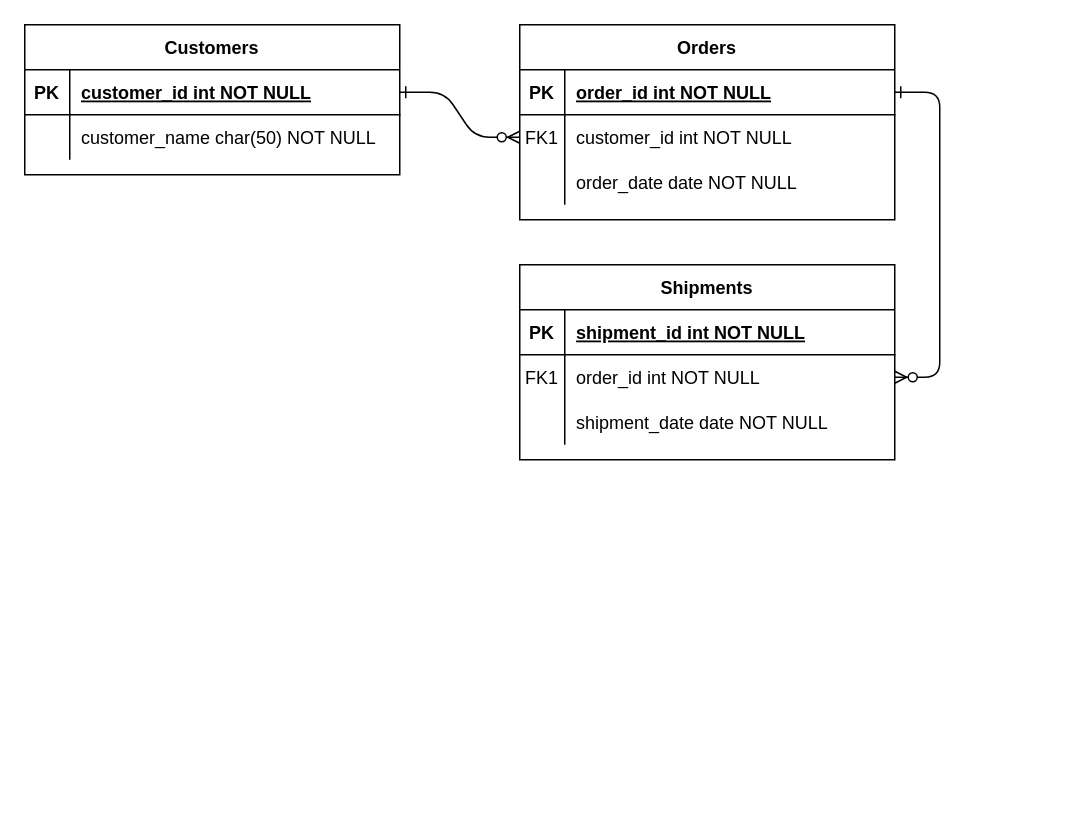
The draw.io diagram Untitled Diagram.drawio in EmilianoEscobedo/Fridge, before the edit. Source tidied: cells renumbered, new cells numbered last; positions are measured from the earlier drawing's top-left corner, leaving out a move shared by most shapes. Both pictures are drawn from the tidied source at 150%, with x=0, y=0 at pixel (24, 24).
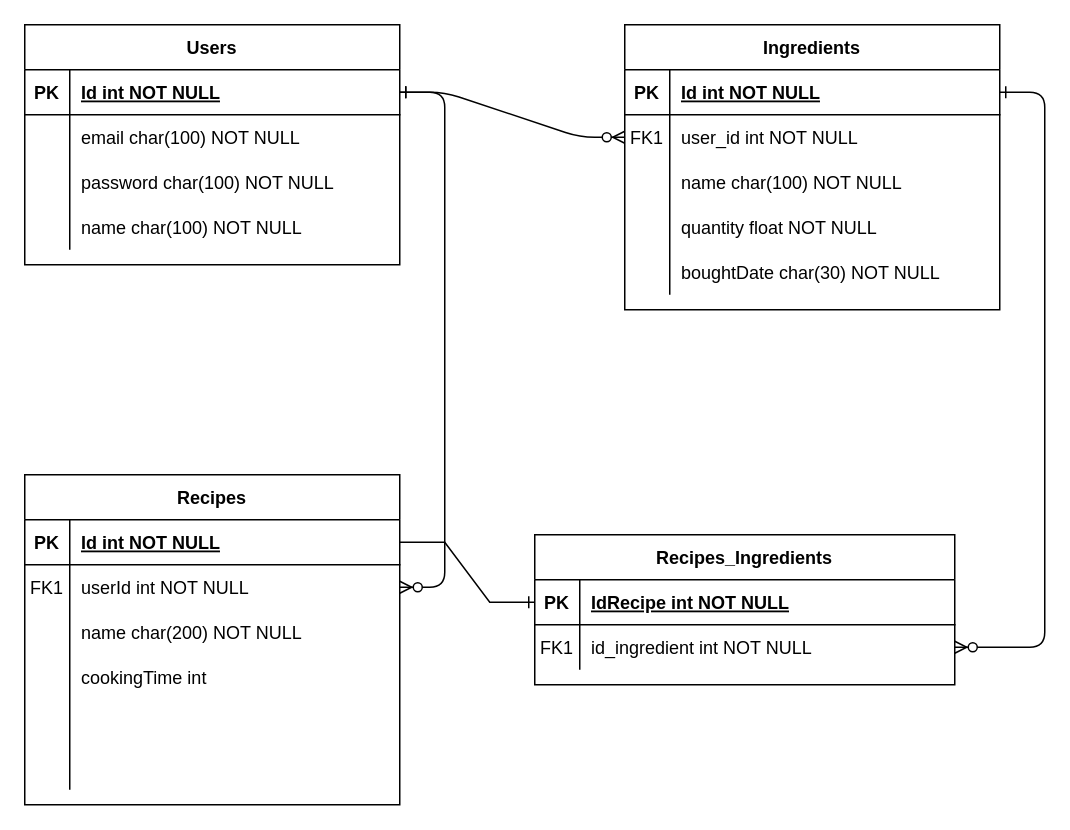
The same page after the edit.

Commit message:
Built ER diagram

Unchanged cells that the change refers to:
```xml
<mxCell id="5" style="shape=partialRectangle;fillColor=none;points=[[0,0.5],[1,0.5]];portConstraint=eastwest;top=0;left=0;right=0;bottom=1;" parent="4" vertex="1">
  <mxGeometry y="30" width="250" height="30" as="geometry" />
</mxCell>
<mxCell id="8" style="shape=partialRectangle;fillColor=none;points=[[0,0.5],[1,0.5]];portConstraint=eastwest;top=0;left=0;right=0;bottom=0;" parent="4" vertex="1">
  <mxGeometry y="60" width="250" height="30" as="geometry" />
</mxCell>
<mxCell id="11" style="shape=partialRectangle;fillColor=none;top=0;left=0;right=0;bottom=0;" parent="4" vertex="1">
  <mxGeometry y="90" width="250" height="30" as="geometry" />
</mxCell>
<mxCell id="15" style="shape=partialRectangle;fillColor=none;points=[[0,0.5],[1,0.5]];portConstraint=eastwest;top=0;left=0;right=0;bottom=1;" parent="14" vertex="1">
  <mxGeometry y="30" width="250" height="30" as="geometry" />
</mxCell>
<mxCell id="18" style="shape=partialRectangle;fillColor=none;points=[[0,0.5],[1,0.5]];portConstraint=eastwest;top=0;left=0;right=0;bottom=0;" parent="14" vertex="1">
  <mxGeometry y="60" width="250" height="30" as="geometry" />
</mxCell>
<mxCell id="21" style="shape=partialRectangle;fillColor=none;top=0;left=0;right=0;bottom=0;" parent="14" vertex="1">
  <mxGeometry y="90" width="250" height="30" as="geometry" />
</mxCell>
<mxCell id="25" style="shape=partialRectangle;fillColor=none;points=[[0,0.5],[1,0.5]];portConstraint=eastwest;top=0;left=0;right=0;bottom=1;" parent="24" vertex="1">
  <mxGeometry y="30" width="250" height="30" as="geometry" />
</mxCell>
<mxCell id="28" style="shape=partialRectangle;fillColor=none;top=0;left=0;right=0;bottom=0;" parent="24" vertex="1">
  <mxGeometry y="60" width="250" height="30" as="geometry" />
</mxCell>
```

What changed in the source:
```diff
@@
-    <mxCell id="3" style="edgeStyle=entityRelationEdgeStyle;endArrow=ERzeroToMany;startArrow=ERone;endFill=1;startFill=0;" parent="1" edge="1" source="5" target="18">
-      <mxGeometry relative="1" as="geometry" />
+    <mxCell id="3" style="edgeStyle=entityRelationEdgeStyle;endArrow=ERzeroToMany;startArrow=ERone;endFill=1;startFill=0;exitX=1;exitY=0.5;exitDx=0;exitDy=0;" parent="1" edge="1" source="25" target="18">
+      <mxGeometry relative="1" as="geometry">
+        <Array as="points">
+          <mxPoint x="260" y="250" />
+        </Array>
+      </mxGeometry>
     </mxCell>
-    <mxCell id="4" value="Orders" style="shape=table;startSize=30;childLayout=tableLayout;rowLines=0;fontStyle=1;align=center;" parent="1" vertex="1">
-      <mxGeometry x="330" width="250" height="130" as="geometry" />
+    <mxCell id="4" value="Ingredients" style="shape=table;startSize=30;childLayout=tableLayout;rowLines=0;fontStyle=1;align=center;" parent="1" vertex="1">
+      <mxGeometry x="400" width="250" height="190" as="geometry" />
     </mxCell>
@@
-    <mxCell id="7" value="order_id int NOT NULL " style="shape=partialRectangle;overflow=hidden;fillColor=none;top=0;left=0;bottom=0;right=0;align=left;spacingLeft=6;fontStyle=5;" parent="5" vertex="1">
+    <mxCell id="7" value="Id int NOT NULL " style="shape=partialRectangle;overflow=hidden;fillColor=none;top=0;left=0;bottom=0;right=0;align=left;spacingLeft=6;fontStyle=5;" parent="5" vertex="1">
       <mxGeometry x="30" width="220" height="30" as="geometry" />
     </mxCell>
@@
-    <mxCell id="10" value="customer_id int NOT NULL" style="shape=partialRectangle;overflow=hidden;fillColor=none;top=0;left=0;bottom=0;right=0;align=left;spacingLeft=6;" parent="8" vertex="1">
+    <mxCell id="10" value="user_id int NOT NULL" style="shape=partialRectangle;overflow=hidden;fillColor=none;top=0;left=0;bottom=0;right=0;align=left;spacingLeft=6;" parent="8" vertex="1">
       <mxGeometry x="30" width="220" height="30" as="geometry" />
     </mxCell>
@@
-    <mxCell id="13" value="order_date date NOT NULL" style="shape=partialRectangle;overflow=hidden;fillColor=none;top=0;left=0;bottom=0;right=0;align=left;spacingLeft=6;" parent="11" vertex="1">
+    <mxCell id="13" value="name char(100) NOT NULL" style="shape=partialRectangle;overflow=hidden;fillColor=none;top=0;left=0;bottom=0;right=0;align=left;spacingLeft=6;" parent="11" vertex="1">
       <mxGeometry x="30" width="220" height="30" as="geometry" />
     </mxCell>
+    <mxCell id="31" style="shape=partialRectangle;fillColor=none;top=0;left=0;right=0;bottom=0;" parent="4" vertex="1">
+      <mxGeometry y="120" width="250" height="30" as="geometry" />
+    </mxCell>
+    <mxCell id="32" style="shape=partialRectangle;overflow=hidden;fillColor=none;top=0;left=0;bottom=0;right=0;" parent="31" vertex="1">
+      <mxGeometry width="30" height="30" as="geometry" />
+    </mxCell>
+    <mxCell id="33" value="quantity float NOT NULL" style="shape=partialRectangle;overflow=hidden;fillColor=none;top=0;left=0;bottom=0;right=0;align=left;spacingLeft=6;" parent="31" vertex="1">
+      <mxGeometry x="30" width="220" height="30" as="geometry" />
+    </mxCell>
+    <mxCell id="34" style="shape=partialRectangle;fillColor=none;top=0;left=0;right=0;bottom=0;" parent="4" vertex="1">
+      <mxGeometry y="150" width="250" height="30" as="geometry" />
+    </mxCell>
+    <mxCell id="35" style="shape=partialRectangle;overflow=hidden;fillColor=none;top=0;left=0;bottom=0;right=0;" parent="34" vertex="1">
+      <mxGeometry width="30" height="30" as="geometry" />
+    </mxCell>
+    <mxCell id="36" value="boughtDate char(30) NOT NULL" style="shape=partialRectangle;overflow=hidden;fillColor=none;top=0;left=0;bottom=0;right=0;align=left;spacingLeft=6;" parent="34" vertex="1">
+      <mxGeometry x="30" width="220" height="30" as="geometry" />
+    </mxCell>
-    <mxCell id="14" value="Shipments" style="shape=table;startSize=30;childLayout=tableLayout;rowLines=0;fontStyle=1;align=center;" parent="1" vertex="1">
-      <mxGeometry x="330" y="160" width="250" height="130" as="geometry" />
+    <mxCell id="14" value="Recipes" style="shape=table;startSize=30;childLayout=tableLayout;rowLines=0;fontStyle=1;align=center;" parent="1" vertex="1">
+      <mxGeometry y="300" width="250" height="220" as="geometry" />
     </mxCell>
@@
-    <mxCell id="17" value="shipment_id int NOT NULL " style="shape=partialRectangle;overflow=hidden;fillColor=none;top=0;left=0;bottom=0;right=0;align=left;spacingLeft=6;fontStyle=5;" parent="15" vertex="1">
+    <mxCell id="17" value="Id int NOT NULL " style="shape=partialRectangle;overflow=hidden;fillColor=none;top=0;left=0;bottom=0;right=0;align=left;spacingLeft=6;fontStyle=5;" parent="15" vertex="1">
       <mxGeometry x="30" width="220" height="30" as="geometry" />
     </mxCell>
@@
-    <mxCell id="20" value="order_id int NOT NULL" style="shape=partialRectangle;overflow=hidden;fillColor=none;top=0;left=0;bottom=0;right=0;align=left;spacingLeft=6;" parent="18" vertex="1">
+    <mxCell id="20" value="userId int NOT NULL" style="shape=partialRectangle;overflow=hidden;fillColor=none;top=0;left=0;bottom=0;right=0;align=left;spacingLeft=6;" parent="18" vertex="1">
       <mxGeometry x="30" width="220" height="30" as="geometry" />
     </mxCell>
@@
-    <mxCell id="23" value="shipment_date date NOT NULL" style="shape=partialRectangle;overflow=hidden;fillColor=none;top=0;left=0;bottom=0;right=0;align=left;spacingLeft=6;" parent="21" vertex="1">
+    <mxCell id="23" value="name char(200) NOT NULL" style="shape=partialRectangle;overflow=hidden;fillColor=none;top=0;left=0;bottom=0;right=0;align=left;spacingLeft=6;" parent="21" vertex="1">
       <mxGeometry x="30" width="220" height="30" as="geometry" />
     </mxCell>
+    <mxCell id="37" style="shape=partialRectangle;fillColor=none;top=0;left=0;right=0;bottom=0;" parent="14" vertex="1">
+      <mxGeometry y="120" width="250" height="30" as="geometry" />
+    </mxCell>
+    <mxCell id="38" style="shape=partialRectangle;overflow=hidden;fillColor=none;top=0;left=0;bottom=0;right=0;" parent="37" vertex="1">
+      <mxGeometry width="30" height="30" as="geometry" />
+    </mxCell>
+    <mxCell id="39" value="cookingTime int" style="shape=partialRectangle;overflow=hidden;fillColor=none;top=0;left=0;bottom=0;right=0;align=left;spacingLeft=6;" parent="37" vertex="1">
+      <mxGeometry x="30" width="220" height="30" as="geometry" />
+    </mxCell>
+    <mxCell id="40" style="shape=partialRectangle;fillColor=none;top=0;left=0;right=0;bottom=0;" parent="14" vertex="1">
+      <mxGeometry y="150" width="250" height="30" as="geometry" />
+    </mxCell>
+    <mxCell id="41" style="shape=partialRectangle;overflow=hidden;fillColor=none;top=0;left=0;bottom=0;right=0;" parent="40" vertex="1">
+      <mxGeometry width="30" height="30" as="geometry" />
+    </mxCell>
+    <mxCell id="42" style="shape=partialRectangle;overflow=hidden;fillColor=none;top=0;left=0;bottom=0;right=0;align=left;spacingLeft=6;" parent="40" vertex="1">
+      <mxGeometry x="30" width="220" height="30" as="geometry" />
+    </mxCell>
+    <mxCell id="43" style="shape=partialRectangle;fillColor=none;top=0;left=0;right=0;bottom=0;" parent="14" vertex="1">
+      <mxGeometry y="180" width="250" height="30" as="geometry" />
+    </mxCell>
+    <mxCell id="44" style="shape=partialRectangle;overflow=hidden;fillColor=none;top=0;left=0;bottom=0;right=0;" parent="43" vertex="1">
+      <mxGeometry width="30" height="30" as="geometry" />
+    </mxCell>
+    <mxCell id="45" style="shape=partialRectangle;overflow=hidden;fillColor=none;top=0;left=0;bottom=0;right=0;align=left;spacingLeft=6;" parent="43" vertex="1">
+      <mxGeometry x="30" width="220" height="30" as="geometry" />
+    </mxCell>
-    <mxCell id="24" value="Customers" style="shape=table;startSize=30;childLayout=tableLayout;rowLines=0;fontStyle=1;align=center;" parent="1" vertex="1">
-      <mxGeometry width="250" height="100" as="geometry" />
+    <mxCell id="24" value="Users" style="shape=table;startSize=30;childLayout=tableLayout;rowLines=0;fontStyle=1;align=center;" parent="1" vertex="1">
+      <mxGeometry width="250" height="160" as="geometry" />
     </mxCell>
@@
-    <mxCell id="27" value="customer_id int NOT NULL " style="shape=partialRectangle;overflow=hidden;fillColor=none;top=0;left=0;bottom=0;right=0;align=left;spacingLeft=6;fontStyle=5;" parent="25" vertex="1">
+    <mxCell id="27" value="Id int NOT NULL " style="shape=partialRectangle;overflow=hidden;fillColor=none;top=0;left=0;bottom=0;right=0;align=left;spacingLeft=6;fontStyle=5;" parent="25" vertex="1">
       <mxGeometry x="30" width="220" height="30" as="geometry" />
     </mxCell>
@@
-    <mxCell id="30" value="customer_name char(50) NOT NULL" style="shape=partialRectangle;overflow=hidden;fillColor=none;top=0;left=0;bottom=0;right=0;align=left;spacingLeft=6;" parent="28" vertex="1">
+    <mxCell id="30" value="email char(100) NOT NULL" style="shape=partialRectangle;overflow=hidden;fillColor=none;top=0;left=0;bottom=0;right=0;align=left;spacingLeft=6;" parent="28" vertex="1">
       <mxGeometry x="30" width="220" height="30" as="geometry" />
     </mxCell>
+    <mxCell id="46" style="shape=partialRectangle;fillColor=none;top=0;left=0;right=0;bottom=0;" parent="24" vertex="1">
+      <mxGeometry y="90" width="250" height="30" as="geometry" />
+    </mxCell>
+    <mxCell id="47" style="shape=partialRectangle;overflow=hidden;fillColor=none;top=0;left=0;bottom=0;right=0;" parent="46" vertex="1">
+      <mxGeometry width="30" height="30" as="geometry" />
+    </mxCell>
+    <mxCell id="48" value="password char(100) NOT NULL" style="shape=partialRectangle;overflow=hidden;fillColor=none;top=0;left=0;bottom=0;right=0;align=left;spacingLeft=6;" parent="46" vertex="1">
+      <mxGeometry x="30" width="220" height="30" as="geometry" />
+    </mxCell>
+    <mxCell id="49" style="shape=partialRectangle;fillColor=none;top=0;left=0;right=0;bottom=0;" parent="24" vertex="1">
+      <mxGeometry y="120" width="250" height="30" as="geometry" />
+    </mxCell>
+    <mxCell id="50" style="shape=partialRectangle;overflow=hidden;fillColor=none;top=0;left=0;bottom=0;right=0;" parent="49" vertex="1">
+      <mxGeometry width="30" height="30" as="geometry" />
+    </mxCell>
+    <mxCell id="51" value="name char(100) NOT NULL" style="shape=partialRectangle;overflow=hidden;fillColor=none;top=0;left=0;bottom=0;right=0;align=left;spacingLeft=6;" parent="49" vertex="1">
+      <mxGeometry x="30" width="220" height="30" as="geometry" />
+    </mxCell>
+    <mxCell id="52" style="edgeStyle=entityRelationEdgeStyle;endArrow=ERzeroToMany;startArrow=ERone;endFill=1;startFill=0;" parent="1" edge="1" source="5" target="57">
+      <mxGeometry relative="1" as="geometry">
+        <Array as="points">
+          <mxPoint x="260" y="555" />
+          <mxPoint x="270" y="670" />
+          <mxPoint x="330" y="400" />
+          <mxPoint x="350" y="290" />
+          <mxPoint x="330" y="320" />
+          <mxPoint x="340" y="310" />
+        </Array>
+      </mxGeometry>
+    </mxCell>
+    <mxCell id="53" value="Recipes_Ingredients" style="shape=table;startSize=30;childLayout=tableLayout;rowLines=0;fontStyle=1;align=center;" parent="1" vertex="1">
+      <mxGeometry x="340" y="340" width="280" height="100" as="geometry" />
+    </mxCell>
+    <mxCell id="54" style="shape=partialRectangle;fillColor=none;points=[[0,0.5],[1,0.5]];portConstraint=eastwest;top=0;left=0;right=0;bottom=1;" parent="53" vertex="1">
+      <mxGeometry y="30" width="280" height="30" as="geometry" />
+    </mxCell>
+    <mxCell id="55" value="PK" style="shape=partialRectangle;overflow=hidden;fillColor=none;top=0;left=0;bottom=0;right=0;fontStyle=1;" parent="54" vertex="1">
+      <mxGeometry width="30" height="30" as="geometry" />
+    </mxCell>
+    <mxCell id="56" value="IdRecipe int NOT NULL " style="shape=partialRectangle;overflow=hidden;fillColor=none;top=0;left=0;bottom=0;right=0;align=left;spacingLeft=6;fontStyle=5;" parent="54" vertex="1">
+      <mxGeometry x="30" width="250" height="30" as="geometry" />
+    </mxCell>
+    <mxCell id="57" style="shape=partialRectangle;fillColor=none;points=[[0,0.5],[1,0.5]];portConstraint=eastwest;top=0;left=0;right=0;bottom=0;" parent="53" vertex="1">
+      <mxGeometry y="60" width="280" height="30" as="geometry" />
+    </mxCell>
+    <mxCell id="58" value="FK1" style="shape=partialRectangle;overflow=hidden;fillColor=none;top=0;left=0;bottom=0;right=0;" parent="57" vertex="1">
+      <mxGeometry width="30" height="30" as="geometry" />
+    </mxCell>
+    <mxCell id="59" value="id_ingredient int NOT NULL" style="shape=partialRectangle;overflow=hidden;fillColor=none;top=0;left=0;bottom=0;right=0;align=left;spacingLeft=6;" parent="57" vertex="1">
+      <mxGeometry x="30" width="250" height="30" as="geometry" />
+    </mxCell>
+    <mxCell id="60" style="edgeStyle=entityRelationEdgeStyle;fontSize=12;html=1;endArrow=ERone;endFill=1;rounded=0;entryX=0;entryY=0.5;entryDx=0;entryDy=0;exitX=1;exitY=0.5;exitDx=0;exitDy=0;" parent="1" edge="1" source="15" target="54">
+      <mxGeometry relative="1" as="geometry">
+        <Array as="points">
+          <mxPoint x="330" y="300" />
+        </Array>
+      </mxGeometry>
+    </mxCell>
```
